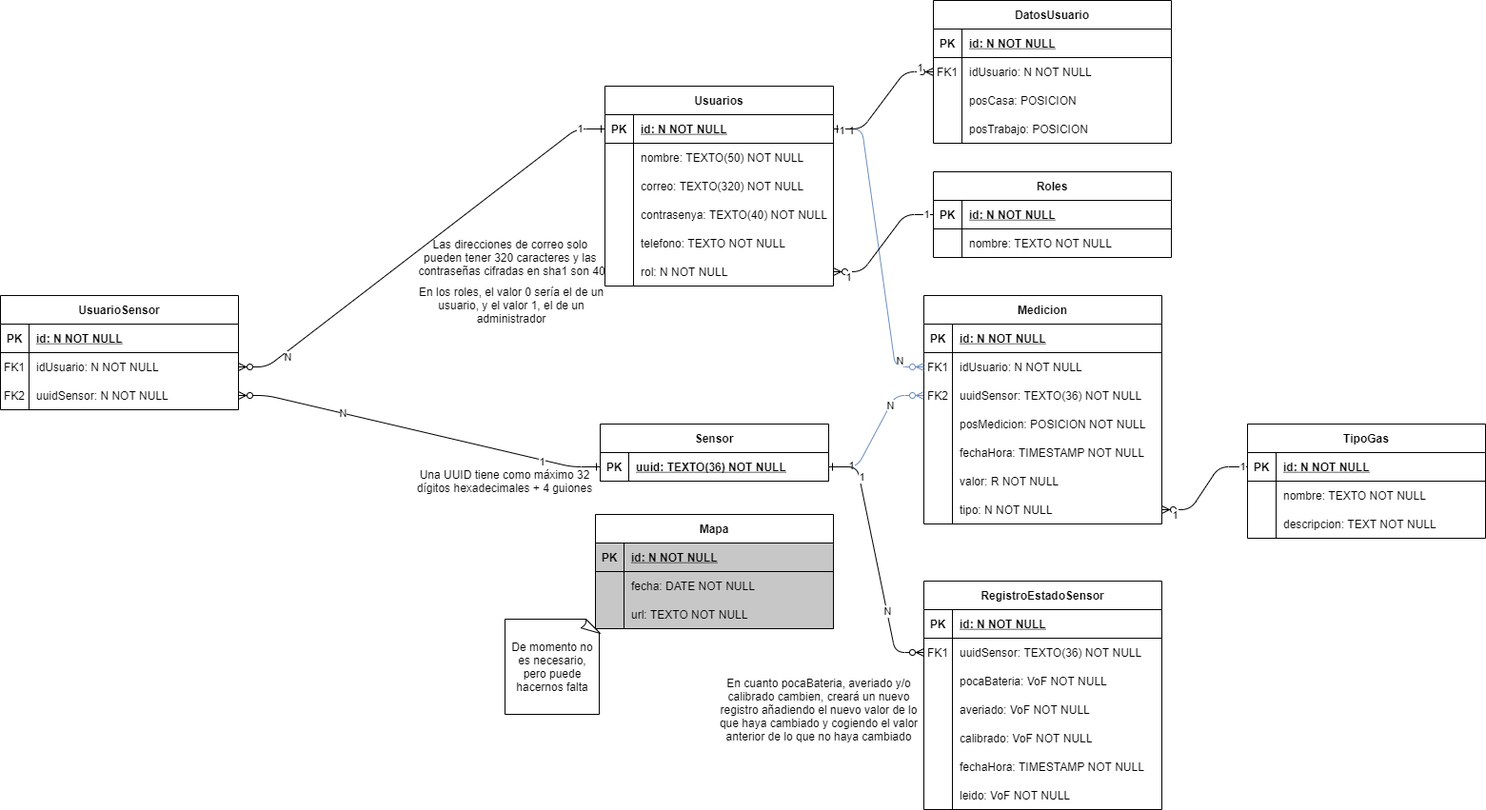
Before: doc/Base de datos.drawio.png, a diagram exported from draw.io (GTI-3A-Pure-Life/Pure-Life-WebApp). Source tidied: cells renumbered, new cells last; positions are measured from the earlier drawing's top-left corner, leaving out a move shared by most shapes.
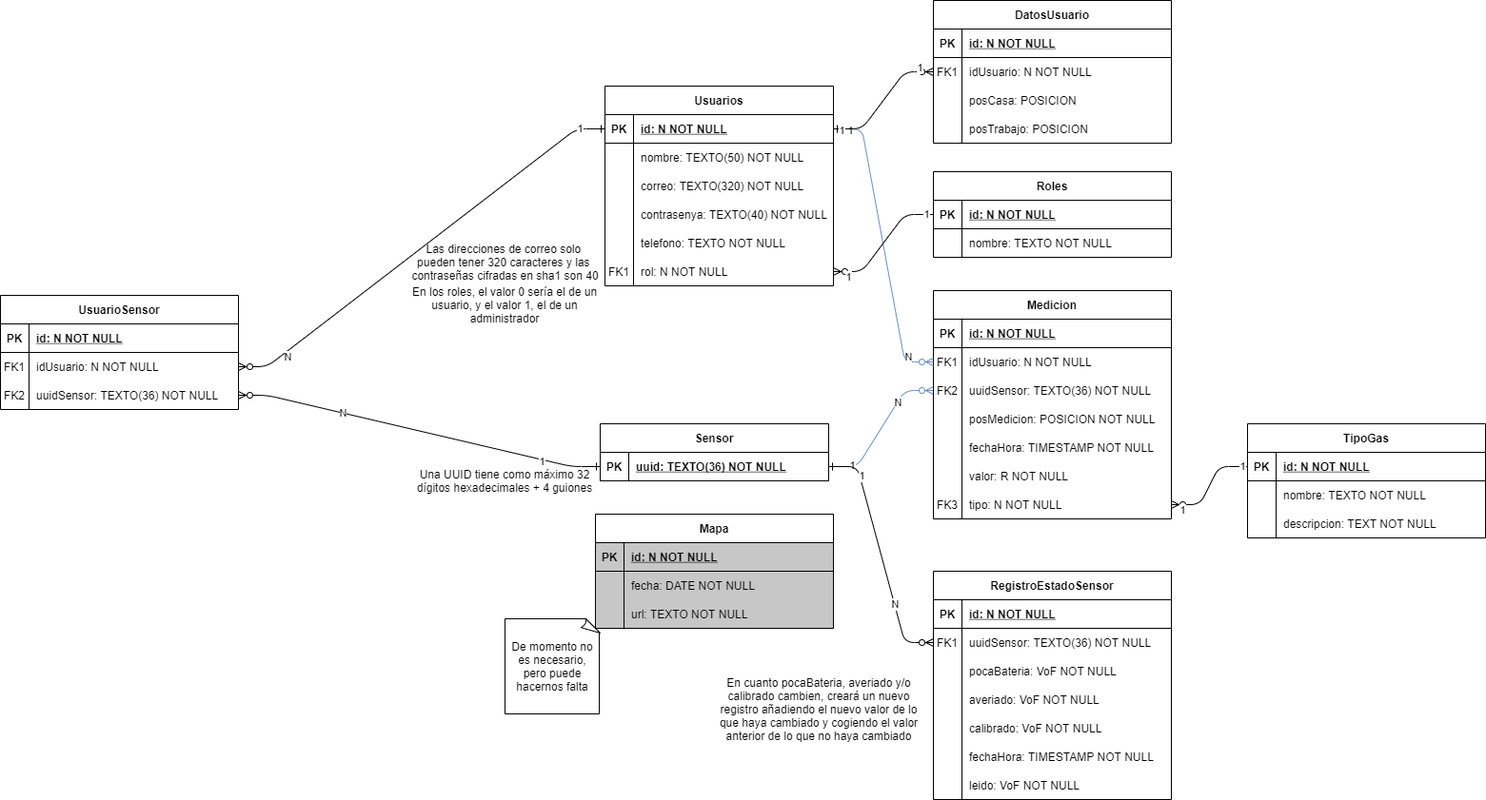
After the commit.

Commit message:
Base de datos creada y arreglos del diseño

What changed in the source:
```diff
@@ -53,17 +53,17 @@
     <mxCell id="18" style="shape=partialRectangle;fillColor=none;points=[[0,0.5],[1,0.5]];portConstraint=eastwest;top=0;left=0;right=0;bottom=0;" parent="2" vertex="1">
       <mxGeometry y="180" width="240" height="30" as="geometry" />
     </mxCell>
-    <mxCell id="19" style="shape=partialRectangle;overflow=hidden;fillColor=none;top=0;left=0;bottom=0;right=0;" parent="18" vertex="1">
+    <mxCell id="19" value="FK1" style="shape=partialRectangle;overflow=hidden;fillColor=none;top=0;left=0;bottom=0;right=0;" parent="18" vertex="1">
       <mxGeometry width="30" height="30" as="geometry" />
     </mxCell>
     <mxCell id="20" value="rol: N NOT NULL" style="shape=partialRectangle;overflow=hidden;fillColor=none;top=0;left=0;bottom=0;right=0;align=left;spacingLeft=6;" parent="18" vertex="1">
       <mxGeometry x="30" width="210" height="30" as="geometry" />
     </mxCell>
     <mxCell id="21" value="En los roles, el valor 0 sería el de un usuario, y el valor 1, el de un administrador" style="text;html=1;strokeColor=none;fillColor=none;align=center;verticalAlign=middle;whiteSpace=wrap;rounded=0;" parent="1" vertex="1">
-      <mxGeometry x="437" y="305" width="200" height="30" as="geometry" />
+      <mxGeometry x="430" y="305" width="200" height="30" as="geometry" />
     </mxCell>
     <mxCell id="22" value="Las direcciones de correo solo &lt;br&gt;pueden tener 320 caracteres y las &lt;br&gt;contraseñas cifradas en sha1 son 40" style="text;html=1;align=center;verticalAlign=middle;strokeColor=none;fillColor=none;" parent="1" vertex="1">
-      <mxGeometry x="452" y="225" width="170" height="90" as="geometry" />
+      <mxGeometry x="445" y="230" width="170" height="90" as="geometry" />
     </mxCell>
     <mxCell id="23" value="Sensor" style="shape=table;startSize=30;rowLines=0;fontStyle=1;align=center;" parent="1" vertex="1">
       <mxGeometry x="630" y="445" width="240" height="60" as="geometry" />
@@ -90,7 +90,7 @@
       <mxGeometry x="-0.68" y="2" relative="1" as="geometry" />
     </mxCell>
     <mxCell id="31" style="group;" parent="1" vertex="1">
-      <mxGeometry x="970" y="310" width="250" height="270" as="geometry" />
+      <mxGeometry x="980" y="305" width="250" height="270" as="geometry" />
     </mxCell>
     <mxCell id="32" value="Medicion" style="shape=table;startSize=30;rowLines=0;fontStyle=1;align=center;" parent="31" vertex="1">
       <mxGeometry width="250" height="240" as="geometry" />
@@ -152,14 +152,14 @@
     <mxCell id="51" style="shape=partialRectangle;fillColor=none;top=0;left=0;bottom=0;right=0;points=[[0,0.5],[1,0.5]];portConstraint=eastwest;" parent="32" vertex="1">
       <mxGeometry y="210" width="250" height="30" as="geometry" />
     </mxCell>
-    <mxCell id="52" style="shape=partialRectangle;fillColor=none;top=0;left=0;bottom=0;right=0;overflow=hidden;" parent="51" vertex="1">
+    <mxCell id="52" value="FK3" style="shape=partialRectangle;fillColor=none;top=0;left=0;bottom=0;right=0;overflow=hidden;" parent="51" vertex="1">
       <mxGeometry width="30" height="30" as="geometry" />
     </mxCell>
     <mxCell id="53" value="tipo: N NOT NULL" style="shape=partialRectangle;fillColor=none;top=0;left=0;bottom=0;right=0;align=left;spacingLeft=6;overflow=hidden;" parent="51" vertex="1">
       <mxGeometry x="30" width="220" height="30" as="geometry" />
     </mxCell>
     <mxCell id="54" style="group;" parent="1" vertex="1">
-      <mxGeometry x="970" y="610" width="250" height="240" as="geometry" />
+      <mxGeometry x="980" y="600" width="250" height="240" as="geometry" />
     </mxCell>
     <mxCell id="55" value="RegistroEstadoSensor" style="shape=table;startSize=30;rowLines=0;fontStyle=1;align=center;" parent="54" vertex="1">
       <mxGeometry width="250" height="240" as="geometry" />
@@ -275,7 +275,7 @@
     <mxCell id="92" value="FK2" style="shape=partialRectangle;fillColor=none;top=0;left=0;bottom=0;right=0;overflow=hidden;" parent="91" vertex="1">
       <mxGeometry width="30" height="30" as="geometry" />
     </mxCell>
-    <mxCell id="93" value="uuidSensor: N NOT NULL" style="shape=partialRectangle;fillColor=none;top=0;left=0;bottom=0;right=0;align=left;spacingLeft=6;overflow=hidden;" parent="91" vertex="1">
+    <mxCell id="93" value="uuidSensor: TEXTO(36) NOT NULL" style="shape=partialRectangle;fillColor=none;top=0;left=0;bottom=0;right=0;align=left;spacingLeft=6;overflow=hidden;" parent="91" vertex="1">
       <mxGeometry x="30" width="220" height="30" as="geometry" />
     </mxCell>
     <mxCell id="94" style="edgeStyle=entityRelationEdgeStyle;endArrow=ERzeroToMany;startArrow=ERone;endFill=1;startFill=0;entryX=1;entryY=0.5;entryDx=0;entryDy=0;fontStyle=1;exitX=0;exitY=0.5;exitDx=0;exitDy=0;" parent="1" edge="1" source="3" target="88">
```
